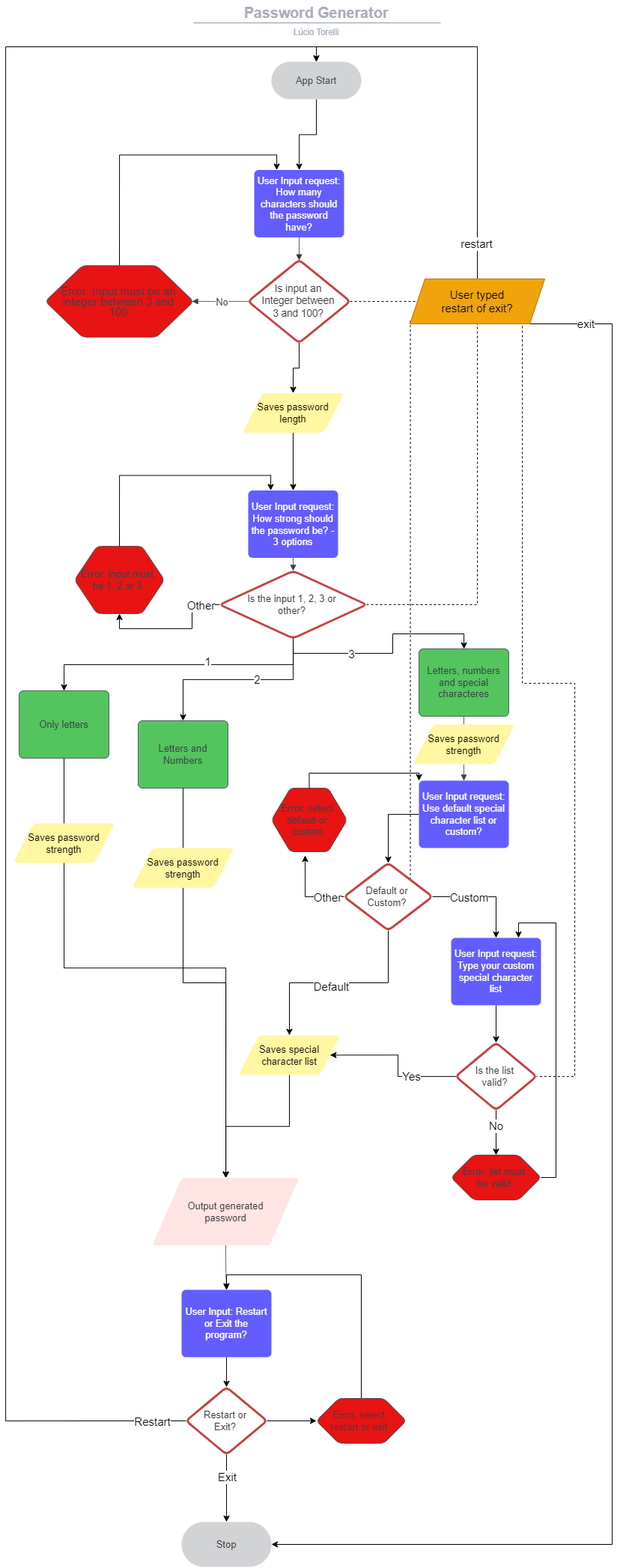
Above: readme-assets/chart.png in luciotorelli/password-generator (draw.io), before the change. Source tidied: cells renumbered, new cells last; positions are measured from the earlier drawing's top-left corner, leaving out a move shared by most shapes.
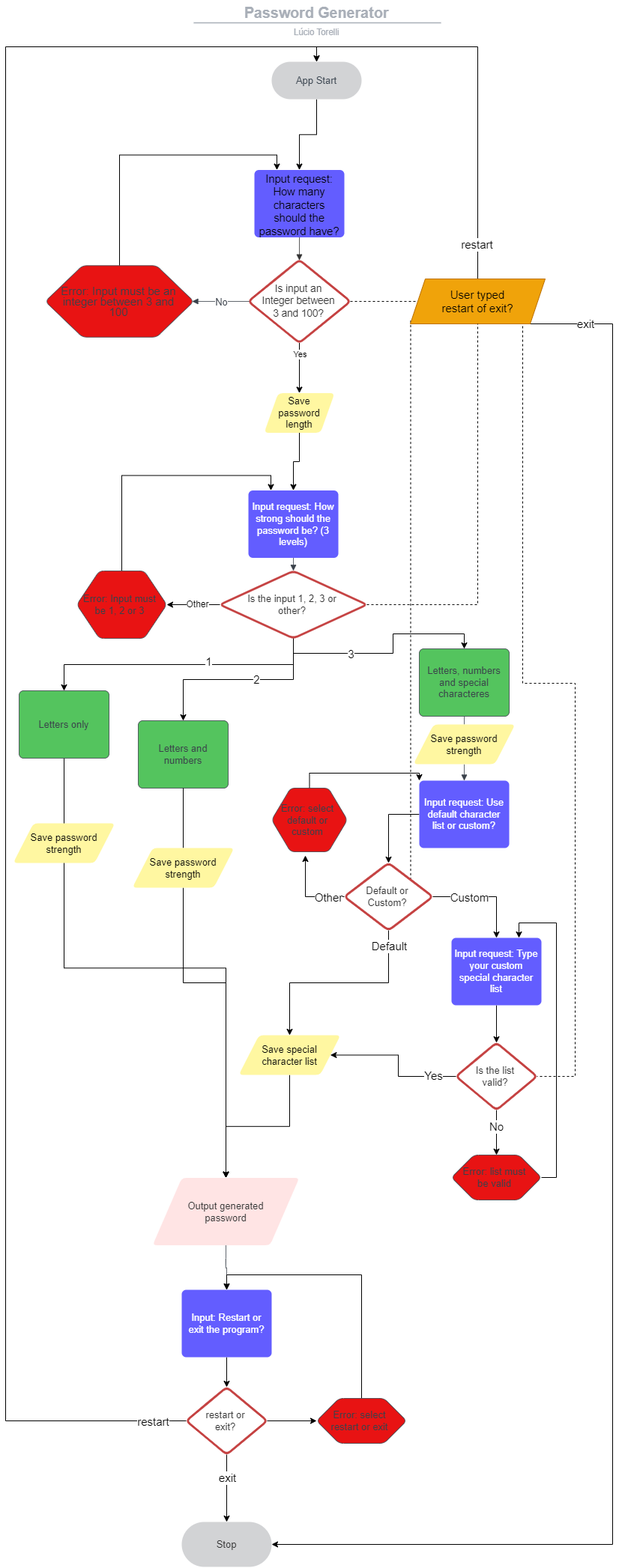
Later version of the same file.

Commit message:
Improve README grammar and links

Change to the diagram source:
```diff
@@ -29,3 +29,3 @@
     </mxCell>
-    <mxCell id="8" value="User Input request: How many characters should the password have?" style="html=1;overflow=block;blockSpacing=1;whiteSpace=wrap;fontSize=13;fontFamily=Helvetica;fontColor=#ffffff;spacing=3.8;strokeOpacity=0;fillOpacity=100;rounded=1;absoluteArcSize=1;arcSize=12;fillColor=#635dff;strokeWidth=1.5;lucidId=~A_qna7e~gO6;" parent="1" vertex="1">
+    <mxCell id="8" value="&lt;p style=&quot;line-height:1.38;margin-top:0pt;margin-bottom:0pt;&quot; dir=&quot;ltr&quot;&gt;&lt;/p&gt;&lt;div&gt;&lt;/div&gt;&lt;span style=&quot;font-size: 11pt; font-family: Arial; color: rgb(0, 0, 0); background-color: transparent; font-variant-numeric: normal; font-variant-east-asian: normal; vertical-align: baseline;&quot;&gt;Input request: How many characters should the password have?&lt;/span&gt;&lt;p&gt;&lt;/p&gt;&lt;span id=&quot;docs-internal-guid-3e87954a-7fff-3551-3706-943ef1b26782&quot;&gt;&lt;/span&gt;" style="html=1;overflow=block;blockSpacing=1;whiteSpace=wrap;fontSize=13;fontFamily=Helvetica;fontColor=#ffffff;spacing=3.8;strokeOpacity=0;fillOpacity=100;rounded=1;absoluteArcSize=1;arcSize=12;fillColor=#635dff;strokeWidth=1.5;lucidId=~A_qna7e~gO6;" parent="1" vertex="1">
       <mxGeometry x="332" y="226.5" width="120" height="90" as="geometry" />
@@ -35,4 +35,4 @@
     </mxCell>
-    <mxCell id="10" value="Saves password length" style="html=1;overflow=block;blockSpacing=1;whiteSpace=wrap;shape=parallelogram;perimeter=parallelogramPerimeter;anchorPointDirection=0;fontSize=13;fontFamily=Helvetica;fontColor=default;spacing=3.8;strokeOpacity=0;fillOpacity=100;rounded=1;absoluteArcSize=1;arcSize=12;fillColor=#fff7a1;strokeWidth=1.5;lucidId=tB_qdGgXDT~_;" parent="1" vertex="1">
-      <mxGeometry x="316" y="524.5" width="136" height="53" as="geometry" />
+    <mxCell id="10" value="Save password length" style="html=1;overflow=block;blockSpacing=1;whiteSpace=wrap;shape=parallelogram;perimeter=parallelogramPerimeter;anchorPointDirection=0;fontSize=13;fontFamily=Helvetica;fontColor=default;spacing=3.8;strokeOpacity=0;fillOpacity=100;rounded=1;absoluteArcSize=1;arcSize=12;fillColor=#fff7a1;strokeWidth=1.5;lucidId=tB_qdGgXDT~_;" parent="1" vertex="1">
+      <mxGeometry x="345" y="524.5" width="94" height="53" as="geometry" />
     </mxCell>
@@ -65,3 +65,3 @@
     </mxCell>
-    <mxCell id="20" value="User Input request: How strong should the password be? - 3 options" style="html=1;overflow=block;blockSpacing=1;whiteSpace=wrap;fontSize=13;fontFamily=Helvetica;fontColor=#ffffff;spacing=3.8;strokeOpacity=0;fillOpacity=100;rounded=1;absoluteArcSize=1;arcSize=12;fillColor=#635dff;strokeWidth=1.5;lucidId=GQgqhUdOVrxz;" parent="1" vertex="1">
+    <mxCell id="20" value="Input request: How strong should the password be? (3 levels)" style="html=1;overflow=block;blockSpacing=1;whiteSpace=wrap;fontSize=13;fontFamily=Helvetica;fontColor=#ffffff;spacing=3.8;strokeOpacity=0;fillOpacity=100;rounded=1;absoluteArcSize=1;arcSize=12;fillColor=#635dff;strokeWidth=1.5;lucidId=GQgqhUdOVrxz;" parent="1" vertex="1">
       <mxGeometry x="324" y="654.5" width="120" height="90" as="geometry" />
@@ -71,3 +71,3 @@
     </mxCell>
-    <mxCell id="22" value="Only letters" style="html=1;overflow=block;blockSpacing=1;whiteSpace=wrap;fontSize=13;fontColor=#3a414a;align=center;spacing=9;strokeColor=#3a414a;strokeOpacity=100;fillOpacity=100;rounded=1;absoluteArcSize=1;arcSize=12;fillColor=#54c45e;strokeWidth=0.8;lucidId=jRgqH4rwBeq9;" parent="1" vertex="1">
+    <mxCell id="22" value="Letters only" style="html=1;overflow=block;blockSpacing=1;whiteSpace=wrap;fontSize=13;fontColor=#3a414a;align=center;spacing=9;strokeColor=#3a414a;strokeOpacity=100;fillOpacity=100;rounded=1;absoluteArcSize=1;arcSize=12;fillColor=#54c45e;strokeWidth=0.8;lucidId=jRgqH4rwBeq9;" parent="1" vertex="1">
       <mxGeometry x="18" y="922" width="120" height="90" as="geometry" />
@@ -82,3 +82,3 @@
     </mxCell>
-    <mxCell id="24" value="Letters and Numbers" style="html=1;overflow=block;blockSpacing=1;whiteSpace=wrap;fontSize=13;fontColor=#3a414a;align=center;spacing=9;strokeColor=#3a414a;strokeOpacity=100;fillOpacity=100;rounded=1;absoluteArcSize=1;arcSize=12;fillColor=#54c45e;strokeWidth=0.8;lucidId=lRgqBwN9yuJe;" parent="1" vertex="1">
+    <mxCell id="24" value="Letters and numbers" style="html=1;overflow=block;blockSpacing=1;whiteSpace=wrap;fontSize=13;fontColor=#3a414a;align=center;spacing=9;strokeColor=#3a414a;strokeOpacity=100;fillOpacity=100;rounded=1;absoluteArcSize=1;arcSize=12;fillColor=#54c45e;strokeWidth=0.8;lucidId=lRgqBwN9yuJe;" parent="1" vertex="1">
       <mxGeometry x="177" y="962" width="120" height="90" as="geometry" />
@@ -88,10 +88,2 @@
     </mxCell>
-    <mxCell id="26" style="edgeStyle=orthogonalEdgeStyle;rounded=0;jettySize=auto;html=1;exitX=0;exitY=0.5;exitDx=0;exitDy=0;entryX=0.5;entryY=1;entryDx=0;entryDy=0;fontSize=15;" parent="1" edge="1" source="34" target="36">
-      <mxGeometry relative="1" as="geometry" />
-    </mxCell>
-    <mxCell id="27" value="Other" style="edgeLabel;html=1;align=center;verticalAlign=middle;fontSize=15;" parent="26" vertex="1">
-      <mxGeometry x="-0.03" y="-3" relative="1" as="geometry">
-        <mxPoint x="33" y="-29" as="offset" />
-      </mxGeometry>
-    </mxCell>
     <mxCell id="28" style="edgeStyle=orthogonalEdgeStyle;rounded=0;jettySize=auto;html=1;exitX=0.5;exitY=1;exitDx=0;exitDy=0;entryX=0.5;entryY=0;entryDx=0;entryDy=0;fontSize=15;" parent="1" edge="1" source="34" target="22">
@@ -118,2 +110,5 @@
     </mxCell>
+    <mxCell id="26" style="edgeStyle=orthogonalEdgeStyle;rounded=0;jettySize=auto;html=1;exitX=0;exitY=0.5;exitDx=0;exitDy=0;entryX=1;entryY=0.5;entryDx=0;entryDy=0;" parent="1" edge="1" source="34" target="36">
+      <mxGeometry relative="1" as="geometry" />
+    </mxCell>
     <mxCell id="34" value="Is the input 1, 2, 3 or other?" style="html=1;overflow=block;blockSpacing=1;whiteSpace=wrap;rhombus;fontSize=13;fontFamily=Helvetica;fontColor=#333333;spacingLeft=18.8;spacingRight=21.8;spacing=3.8;strokeColor=#c54242;strokeOpacity=100;fillOpacity=100;rounded=1;absoluteArcSize=1;arcSize=12;fillColor=#ffffff;strokeWidth=3;lucidId=ARgqBI9eZnoK;" parent="1" vertex="1">
@@ -124,4 +119,9 @@
     </mxCell>
+    <mxCell id="27" value="&lt;font style=&quot;font-size: 12px;&quot;&gt;Other&lt;/font&gt;" style="edgeLabel;html=1;align=center;verticalAlign=middle;" parent="35" vertex="1">
+      <mxGeometry x="-0.53" y="2" relative="1" as="geometry">
+        <mxPoint x="102" y="126" as="offset" />
+      </mxGeometry>
+    </mxCell>
     <mxCell id="36" value="Error: Input must be 1, 2 or 3" style="html=1;overflow=block;blockSpacing=1;whiteSpace=wrap;shape=hexagon;perimeter=hexagonPerimeter2;fontSize=13;fontColor=#3a414a;align=center;spacingLeft=4.5;spacingRight=9;spacing=3.8;strokeColor=#3a414a;strokeOpacity=100;fillOpacity=100;rounded=1;absoluteArcSize=1;arcSize=12;fillColor=#e81313;strokeWidth=0.8;lucidId=2Sgqz99.y_U_;" parent="1" vertex="1">
-      <mxGeometry x="92" y="729" width="120" height="90" as="geometry" />
+      <mxGeometry x="95" y="762" width="120" height="90" as="geometry" />
     </mxCell>
@@ -137,3 +137,5 @@
     <mxCell id="40" value="Default" style="edgeLabel;html=1;align=center;verticalAlign=middle;fontSize=15;" parent="39" vertex="1">
-      <mxGeometry x="0.09" y="4" relative="1" as="geometry" />
+      <mxGeometry x="0.09" y="4" relative="1" as="geometry">
+        <mxPoint x="78" y="-54" as="offset" />
+      </mxGeometry>
     </mxCell>
@@ -170,3 +172,3 @@
     </mxCell>
-    <mxCell id="48" value="User Input request: Use default special character list or custom?" style="html=1;overflow=block;blockSpacing=1;whiteSpace=wrap;fontSize=13;fontFamily=Helvetica;fontColor=#ffffff;spacing=3.8;strokeOpacity=0;fillOpacity=100;rounded=1;absoluteArcSize=1;arcSize=12;fillColor=#635dff;strokeWidth=1.5;lucidId=7zKrMSTWZMjA;" parent="1" vertex="1">
+    <mxCell id="48" value="Input request: Use default character list or custom?" style="html=1;overflow=block;blockSpacing=1;whiteSpace=wrap;fontSize=13;fontFamily=Helvetica;fontColor=#ffffff;spacing=3.8;strokeOpacity=0;fillOpacity=100;rounded=1;absoluteArcSize=1;arcSize=12;fillColor=#635dff;strokeWidth=1.5;lucidId=7zKrMSTWZMjA;" parent="1" vertex="1">
       <mxGeometry x="552" y="1042" width="120" height="90" as="geometry" />
@@ -179,3 +181,3 @@
     </mxCell>
-    <mxCell id="51" value="User Input request: Type your custom special character list" style="html=1;overflow=block;blockSpacing=1;whiteSpace=wrap;fontSize=13;fontFamily=Helvetica;fontColor=#ffffff;spacing=3.8;strokeOpacity=0;fillOpacity=100;rounded=1;absoluteArcSize=1;arcSize=12;fillColor=#635dff;strokeWidth=1.5;lucidId=8AKr39_yMHqa;" parent="1" vertex="1">
+    <mxCell id="51" value="Input request: Type your custom special character list" style="html=1;overflow=block;blockSpacing=1;whiteSpace=wrap;fontSize=13;fontFamily=Helvetica;fontColor=#ffffff;spacing=3.8;strokeOpacity=0;fillOpacity=100;rounded=1;absoluteArcSize=1;arcSize=12;fillColor=#635dff;strokeWidth=1.5;lucidId=8AKr39_yMHqa;" parent="1" vertex="1">
       <mxGeometry x="595" y="1252" width="120" height="90" as="geometry" />
@@ -185,3 +187,3 @@
     </mxCell>
-    <mxCell id="53" value="Saves special character list" style="html=1;overflow=block;blockSpacing=1;whiteSpace=wrap;shape=parallelogram;perimeter=parallelogramPerimeter;anchorPointDirection=0;fontSize=13;fontFamily=Helvetica;fontColor=default;spacing=3.8;strokeOpacity=0;fillOpacity=100;rounded=1;absoluteArcSize=1;arcSize=12;fillColor=#fff7a1;strokeWidth=1.5;lucidId=tB_qdGgXDT~_;" parent="1" vertex="1">
+    <mxCell id="53" value="Save special character list" style="html=1;overflow=block;blockSpacing=1;whiteSpace=wrap;shape=parallelogram;perimeter=parallelogramPerimeter;anchorPointDirection=0;fontSize=13;fontFamily=Helvetica;fontColor=default;spacing=3.8;strokeOpacity=0;fillOpacity=100;rounded=1;absoluteArcSize=1;arcSize=12;fillColor=#fff7a1;strokeWidth=1.5;lucidId=tB_qdGgXDT~_;" parent="1" vertex="1">
       <mxGeometry x="311" y="1382" width="136" height="53" as="geometry" />
@@ -192,3 +194,5 @@
     <mxCell id="55" value="Yes" style="edgeLabel;html=1;align=center;verticalAlign=middle;fontSize=15;" parent="54" vertex="1">
-      <mxGeometry x="-0.4" y="-1" relative="1" as="geometry" />
+      <mxGeometry x="-0.4" y="-1" relative="1" as="geometry">
+        <mxPoint x="28" y="-1" as="offset" />
+      </mxGeometry>
     </mxCell>
@@ -206,3 +210,3 @@
     </mxCell>
-    <mxCell id="60" value="Error, list must be valid" style="html=1;overflow=block;blockSpacing=1;whiteSpace=wrap;shape=hexagon;perimeter=hexagonPerimeter2;fontSize=13;fontColor=#3a414a;align=center;spacingLeft=4.5;spacingRight=9;spacing=3.8;strokeColor=#3a414a;strokeOpacity=100;fillOpacity=100;rounded=1;absoluteArcSize=1;arcSize=12;fillColor=#e81313;strokeWidth=0.8;lucidId=2Sgqz99.y_U_;" parent="1" vertex="1">
+    <mxCell id="60" value="Error: list must be valid" style="html=1;overflow=block;blockSpacing=1;whiteSpace=wrap;shape=hexagon;perimeter=hexagonPerimeter2;fontSize=13;fontColor=#3a414a;align=center;spacingLeft=4.5;spacingRight=9;spacing=3.8;strokeColor=#3a414a;strokeOpacity=100;fillOpacity=100;rounded=1;absoluteArcSize=1;arcSize=12;fillColor=#e81313;strokeWidth=0.8;lucidId=2Sgqz99.y_U_;" parent="1" vertex="1">
       <mxGeometry x="595" y="1542" width="120" height="60" as="geometry" />
@@ -246,2 +250,7 @@
     </mxCell>
+    <mxCell id="86" value="Yes" style="edgeLabel;html=1;align=center;verticalAlign=middle;" parent="67" vertex="1">
+      <mxGeometry x="-0.27" relative="1" as="geometry">
+        <mxPoint x="-101" y="70" as="offset" />
+      </mxGeometry>
+    </mxCell>
     <mxCell id="68" style="endArrow=none;dashed=1;html=1;rounded=0;fontSize=15;entryX=0.5;entryY=1;entryDx=0;entryDy=0;exitX=1;exitY=0.5;exitDx=0;exitDy=0;" parent="1" edge="1" source="34" target="66">
@@ -256,3 +265,3 @@
     </mxCell>
-    <mxCell id="70" value="User Input: Restart or Exit the program?" style="html=1;overflow=block;blockSpacing=1;whiteSpace=wrap;fontSize=13;fontFamily=Helvetica;fontColor=#ffffff;spacing=3.8;strokeOpacity=0;fillOpacity=100;rounded=1;absoluteArcSize=1;arcSize=12;fillColor=#635dff;strokeWidth=1.5;lucidId=8AKr39_yMHqa;" parent="1" vertex="1">
+    <mxCell id="70" value="Input: Restart or exit the program?" style="html=1;overflow=block;blockSpacing=1;whiteSpace=wrap;fontSize=13;fontFamily=Helvetica;fontColor=#ffffff;spacing=3.8;strokeOpacity=0;fillOpacity=100;rounded=1;absoluteArcSize=1;arcSize=12;fillColor=#635dff;strokeWidth=1.5;lucidId=8AKr39_yMHqa;" parent="1" vertex="1">
       <mxGeometry x="235" y="1722" width="120" height="90" as="geometry" />
@@ -262,3 +271,3 @@
     </mxCell>
-    <mxCell id="72" value="Exit" style="edgeLabel;html=1;align=center;verticalAlign=middle;fontSize=15;" parent="71" vertex="1">
+    <mxCell id="72" value="exit" style="edgeLabel;html=1;align=center;verticalAlign=middle;fontSize=15;" parent="71" vertex="1">
       <mxGeometry x="-0.74" y="-2" relative="1" as="geometry">
@@ -276,3 +285,3 @@
     </mxCell>
-    <mxCell id="74" value="Restart" style="edgeLabel;html=1;align=center;verticalAlign=middle;fontSize=15;" parent="73" vertex="1">
+    <mxCell id="74" value="restart" style="edgeLabel;html=1;align=center;verticalAlign=middle;fontSize=15;" parent="73" vertex="1">
       <mxGeometry x="-0.94" y="6" relative="1" as="geometry">
@@ -284,3 +293,3 @@
     </mxCell>
-    <mxCell id="76" value="Restart or Exit?" style="html=1;overflow=block;blockSpacing=1;whiteSpace=wrap;rhombus;fontSize=13;fontFamily=Helvetica;fontColor=#333333;spacingLeft=18.8;spacingRight=21.8;spacing=3.8;strokeColor=#c54242;strokeOpacity=100;fillOpacity=100;rounded=1;absoluteArcSize=1;arcSize=12;fillColor=#ffffff;strokeWidth=3;lucidId=ryKr90JRu3yS;" parent="1" vertex="1">
+    <mxCell id="76" value="restart or exit?" style="html=1;overflow=block;blockSpacing=1;whiteSpace=wrap;rhombus;fontSize=13;fontFamily=Helvetica;fontColor=#333333;spacingLeft=18.8;spacingRight=21.8;spacing=3.8;strokeColor=#c54242;strokeOpacity=100;fillOpacity=100;rounded=1;absoluteArcSize=1;arcSize=12;fillColor=#ffffff;strokeWidth=3;lucidId=ryKr90JRu3yS;" parent="1" vertex="1">
       <mxGeometry x="241" y="1852" width="108" height="90" as="geometry" />
@@ -290,3 +299,3 @@
     </mxCell>
-    <mxCell id="78" value="Error, select restart or exit" style="html=1;overflow=block;blockSpacing=1;whiteSpace=wrap;shape=hexagon;perimeter=hexagonPerimeter2;fontSize=13;fontColor=#3a414a;align=center;spacingLeft=4.5;spacingRight=9;spacing=3.8;strokeColor=#3a414a;strokeOpacity=100;fillOpacity=100;rounded=1;absoluteArcSize=1;arcSize=12;fillColor=#e81313;strokeWidth=0.8;lucidId=2Sgqz99.y_U_;" parent="1" vertex="1">
+    <mxCell id="78" value="Error: select restart or exit" style="html=1;overflow=block;blockSpacing=1;whiteSpace=wrap;shape=hexagon;perimeter=hexagonPerimeter2;fontSize=13;fontColor=#3a414a;align=center;spacingLeft=4.5;spacingRight=9;spacing=3.8;strokeColor=#3a414a;strokeOpacity=100;fillOpacity=100;rounded=1;absoluteArcSize=1;arcSize=12;fillColor=#e81313;strokeWidth=0.8;lucidId=2Sgqz99.y_U_;" parent="1" vertex="1">
       <mxGeometry x="415" y="1867" width="120" height="60" as="geometry" />
@@ -296,6 +305,6 @@
     </mxCell>
-    <mxCell id="80" value="Saves password strength" style="html=1;overflow=block;blockSpacing=1;whiteSpace=wrap;shape=parallelogram;perimeter=parallelogramPerimeter;anchorPointDirection=0;fontSize=13;fontFamily=Helvetica;fontColor=default;spacing=3.8;strokeOpacity=0;fillOpacity=100;rounded=1;absoluteArcSize=1;arcSize=12;fillColor=#fff7a1;strokeWidth=1.5;lucidId=tB_qdGgXDT~_;" parent="1" vertex="1">
+    <mxCell id="80" value="Save password strength" style="html=1;overflow=block;blockSpacing=1;whiteSpace=wrap;shape=parallelogram;perimeter=parallelogramPerimeter;anchorPointDirection=0;fontSize=13;fontFamily=Helvetica;fontColor=default;spacing=3.8;strokeOpacity=0;fillOpacity=100;rounded=1;absoluteArcSize=1;arcSize=12;fillColor=#fff7a1;strokeWidth=1.5;lucidId=tB_qdGgXDT~_;" parent="1" vertex="1">
       <mxGeometry x="169" y="1132" width="136" height="53" as="geometry" />
     </mxCell>
-    <mxCell id="81" value="Saves password strength" style="html=1;overflow=block;blockSpacing=1;whiteSpace=wrap;shape=parallelogram;perimeter=parallelogramPerimeter;anchorPointDirection=0;fontSize=13;fontFamily=Helvetica;fontColor=default;spacing=3.8;strokeOpacity=0;fillOpacity=100;rounded=1;absoluteArcSize=1;arcSize=12;fillColor=#fff7a1;strokeWidth=1.5;lucidId=tB_qdGgXDT~_;" parent="1" vertex="1">
+    <mxCell id="81" value="Save password strength" style="html=1;overflow=block;blockSpacing=1;whiteSpace=wrap;shape=parallelogram;perimeter=parallelogramPerimeter;anchorPointDirection=0;fontSize=13;fontFamily=Helvetica;fontColor=default;spacing=3.8;strokeOpacity=0;fillOpacity=100;rounded=1;absoluteArcSize=1;arcSize=12;fillColor=#fff7a1;strokeWidth=1.5;lucidId=tB_qdGgXDT~_;" parent="1" vertex="1">
       <mxGeometry x="10" y="1099" width="136" height="53" as="geometry" />
@@ -305,3 +314,3 @@
     </mxCell>
-    <mxCell id="83" value="Saves password strength" style="html=1;overflow=block;blockSpacing=1;whiteSpace=wrap;shape=parallelogram;perimeter=parallelogramPerimeter;anchorPointDirection=0;fontSize=13;fontFamily=Helvetica;fontColor=default;spacing=3.8;strokeOpacity=0;fillOpacity=100;rounded=1;absoluteArcSize=1;arcSize=12;fillColor=#fff7a1;strokeWidth=1.5;lucidId=tB_qdGgXDT~_;" parent="1" vertex="1">
+    <mxCell id="83" value="Save password strength" style="html=1;overflow=block;blockSpacing=1;whiteSpace=wrap;shape=parallelogram;perimeter=parallelogramPerimeter;anchorPointDirection=0;fontSize=13;fontFamily=Helvetica;fontColor=default;spacing=3.8;strokeOpacity=0;fillOpacity=100;rounded=1;absoluteArcSize=1;arcSize=12;fillColor=#fff7a1;strokeWidth=1.5;lucidId=tB_qdGgXDT~_;" parent="1" vertex="1">
       <mxGeometry x="544" y="967" width="136" height="53" as="geometry" />
@@ -316,3 +325,3 @@
     </mxCell>
-    <mxCell id="85" value="Error, select default or &lt;br&gt;custom" style="html=1;overflow=block;blockSpacing=1;whiteSpace=wrap;shape=hexagon;perimeter=hexagonPerimeter2;fontSize=13;fontColor=#3a414a;align=center;spacingLeft=4.5;spacingRight=9;spacing=3.8;strokeColor=#3a414a;strokeOpacity=100;fillOpacity=100;rounded=1;absoluteArcSize=1;arcSize=12;fillColor=#e81313;strokeWidth=0.8;lucidId=2Sgqz99.y_U_;" parent="1" vertex="1">
+    <mxCell id="85" value="Error: select default or &lt;br&gt;custom" style="html=1;overflow=block;blockSpacing=1;whiteSpace=wrap;shape=hexagon;perimeter=hexagonPerimeter2;fontSize=13;fontColor=#3a414a;align=center;spacingLeft=4.5;spacingRight=9;spacing=3.8;strokeColor=#3a414a;strokeOpacity=100;fillOpacity=100;rounded=1;absoluteArcSize=1;arcSize=12;fillColor=#e81313;strokeWidth=0.8;lucidId=2Sgqz99.y_U_;" parent="1" vertex="1">
       <mxGeometry x="355" y="1052" width="101" height="85" as="geometry" />
```
